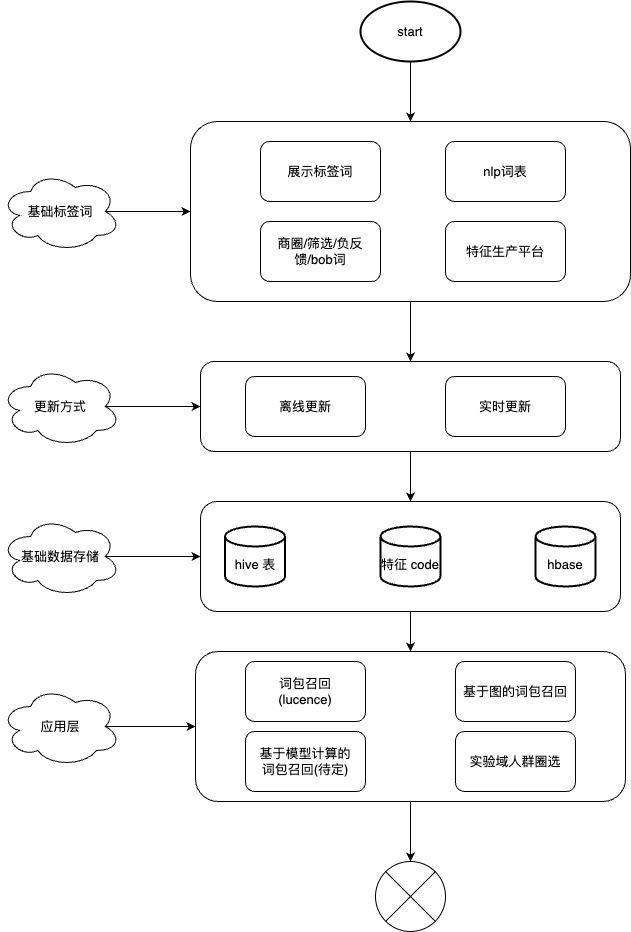
Earlier version of the draw.io export work-draw-file/标签与F1联动主体思路流程图.png (liujunao/draw-data). Source tidied: cells renumbered, new cells last; positions are measured from the earlier drawing's top-left corner, leaving out a move shared by most shapes.
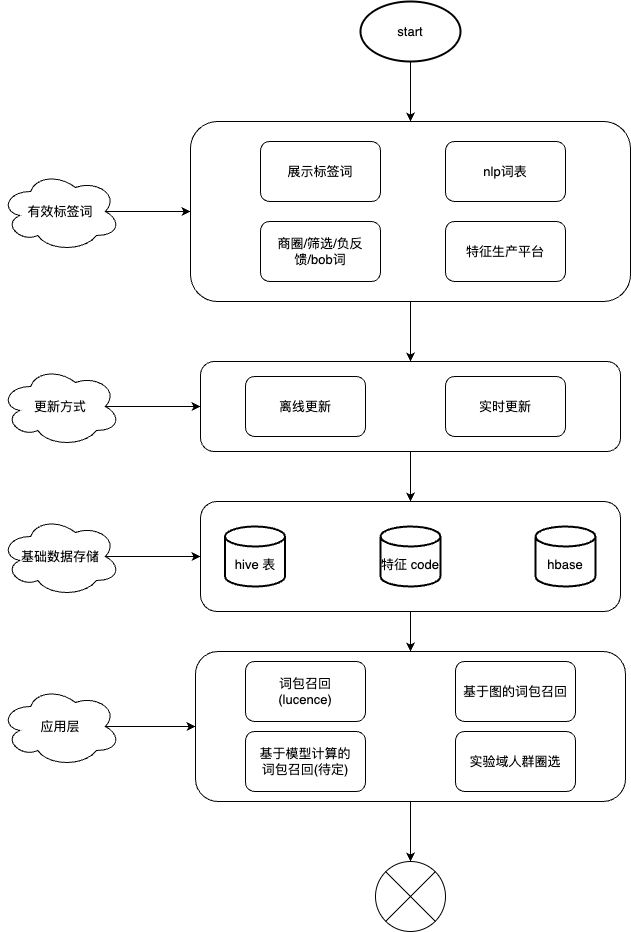
After the change.

Commit message:
更新标签与F1联动主体思路流程图.png

Diff of the diagram source:
```diff
@@ -77,7 +77,7 @@
     <mxCell id="26" style="edgeStyle=orthogonalEdgeStyle;rounded=0;jettySize=auto;html=1;exitX=0.875;exitY=0.5;exitDx=0;exitDy=0;exitPerimeter=0;entryX=0;entryY=0.5;entryDx=0;entryDy=0;" parent="1" edge="1" source="27" target="9">
       <mxGeometry relative="1" as="geometry" />
     </mxCell>
-    <mxCell id="27" value="基础标签词" style="ellipse;shape=cloud;whiteSpace=wrap;html=1;" parent="1" vertex="1">
+    <mxCell id="27" value="有效标签词" style="ellipse;shape=cloud;whiteSpace=wrap;html=1;" parent="1" vertex="1">
       <mxGeometry y="170" width="120" height="80" as="geometry" />
     </mxCell>
     <mxCell id="28" style="edgeStyle=orthogonalEdgeStyle;rounded=0;jettySize=auto;html=1;exitX=0.875;exitY=0.5;exitDx=0;exitDy=0;exitPerimeter=0;entryX=0;entryY=0.5;entryDx=0;entryDy=0;" parent="1" edge="1" source="29" target="7">
```
